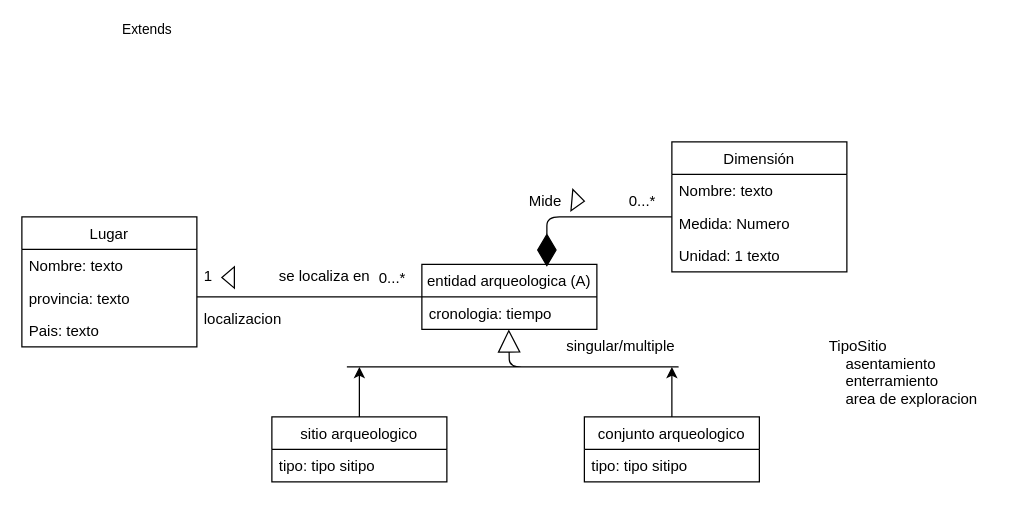
Enriquepardo/ejercicios-grupales- keeps this draw.io diagram as Ejercicios/Ejercicio27.drawio. Above is the earlier version. Source tidied: cells renumbered, new cells numbered last; positions are measured from the earlier drawing's top-left corner, leaving out a move shared by most shapes. Both pictures are drawn from the tidied source at 125%, with x=0, y=0 at pixel (21, 141).
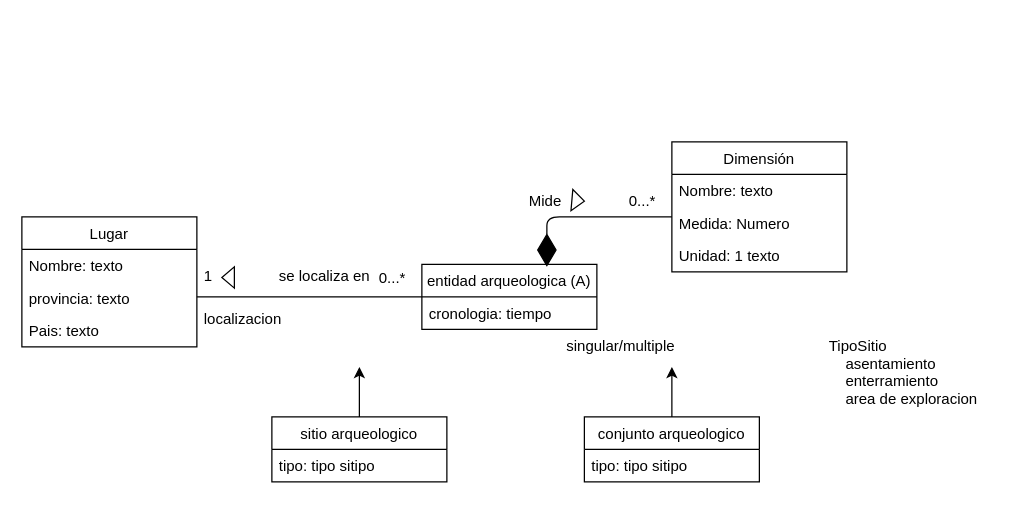
Above is the later version.

Diff of the diagram source:
```diff
@@
-    <mxCell id="22" value="Extends" style="endArrow=block;endSize=16;endFill=0;html=1;" parent="1" edge="1">
-      <mxGeometry x="-1" y="314" relative="1" as="geometry">
-        <mxPoint x="260" y="180" as="sourcePoint" />
-        <mxPoint x="389.5" y="150" as="targetPoint" />
-        <Array as="points">
-          <mxPoint x="530" y="180" />
-          <mxPoint x="390" y="180" />
-        </Array>
-        <mxPoint x="-160" y="44" as="offset" />
-      </mxGeometry>
-    </mxCell>
```
